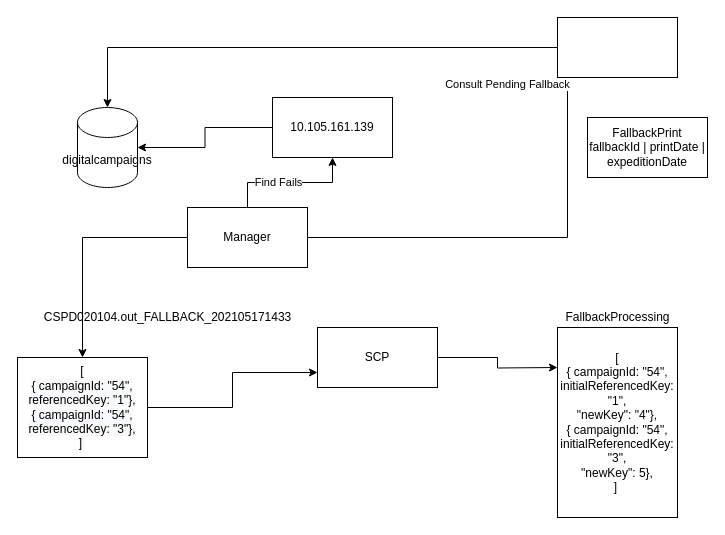
Above: Untitled Diagram.drawio in caio-bueno/draws-valid (draw.io), before the change. Source tidied: cells renumbered, new cells numbered last; positions are measured from the earlier drawing's top-left corner, leaving out a move shared by most shapes. Both pictures are drawn from the tidied source at 100%, with x=0, y=0 at pixel (17, 17).
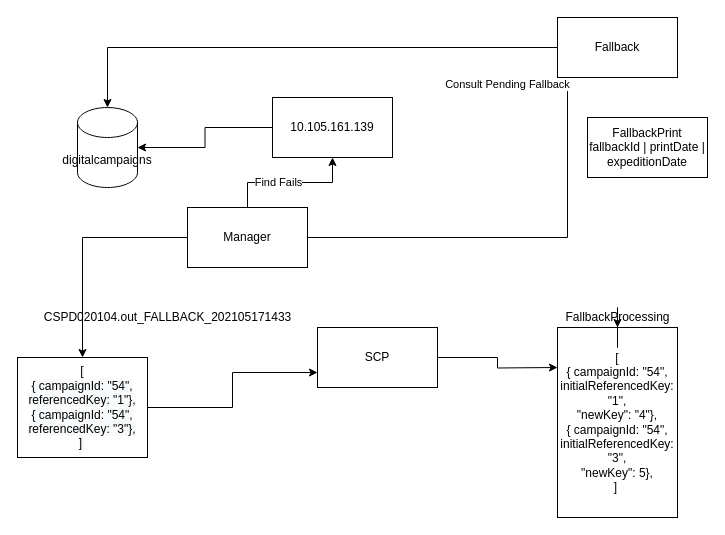
After the change.

Unchanged cells that the change refers to:
```xml
<mxCell id="16" value="[&lt;br&gt;{ campaignId: &quot;54&quot;, initialReferencedKey: &quot;1&quot;,&lt;br&gt;&quot;newKey&quot;: &quot;4&quot;},&lt;br&gt;{ campaignId: &quot;54&quot;, initialReferencedKey: &quot;3&quot;,&lt;br&gt;&quot;newKey&quot;: 5},&lt;br&gt;]&amp;nbsp;" style="whiteSpace=wrap;html=1;" parent="1" vertex="1">
  <mxGeometry x="540" y="310" width="120" height="190" as="geometry" />
</mxCell>
<mxCell id="17" value="FallbackProcessing" style="text;html=1;align=center;verticalAlign=middle;points=[];strokeColor=none;" parent="1" vertex="1">
  <mxGeometry x="540" y="290" width="120" height="20" as="geometry" />
</mxCell>
```

Diff of the diagram source:
```diff
@@
+    <mxCell id="20" style="edgeStyle=orthogonalEdgeStyle;rounded=0;jettySize=auto;html=1;" parent="1" edge="1" source="17" target="16">
+      <mxGeometry relative="1" as="geometry" />
+    </mxCell>
@@
-    <mxCell id="19" style="whiteSpace=wrap;html=1;" parent="1" vertex="1">
+    <mxCell id="19" value="Fallback&lt;br&gt;" style="whiteSpace=wrap;html=1;" parent="1" vertex="1">
       <mxGeometry x="540" width="120" height="60" as="geometry" />
     </mxCell>
```
